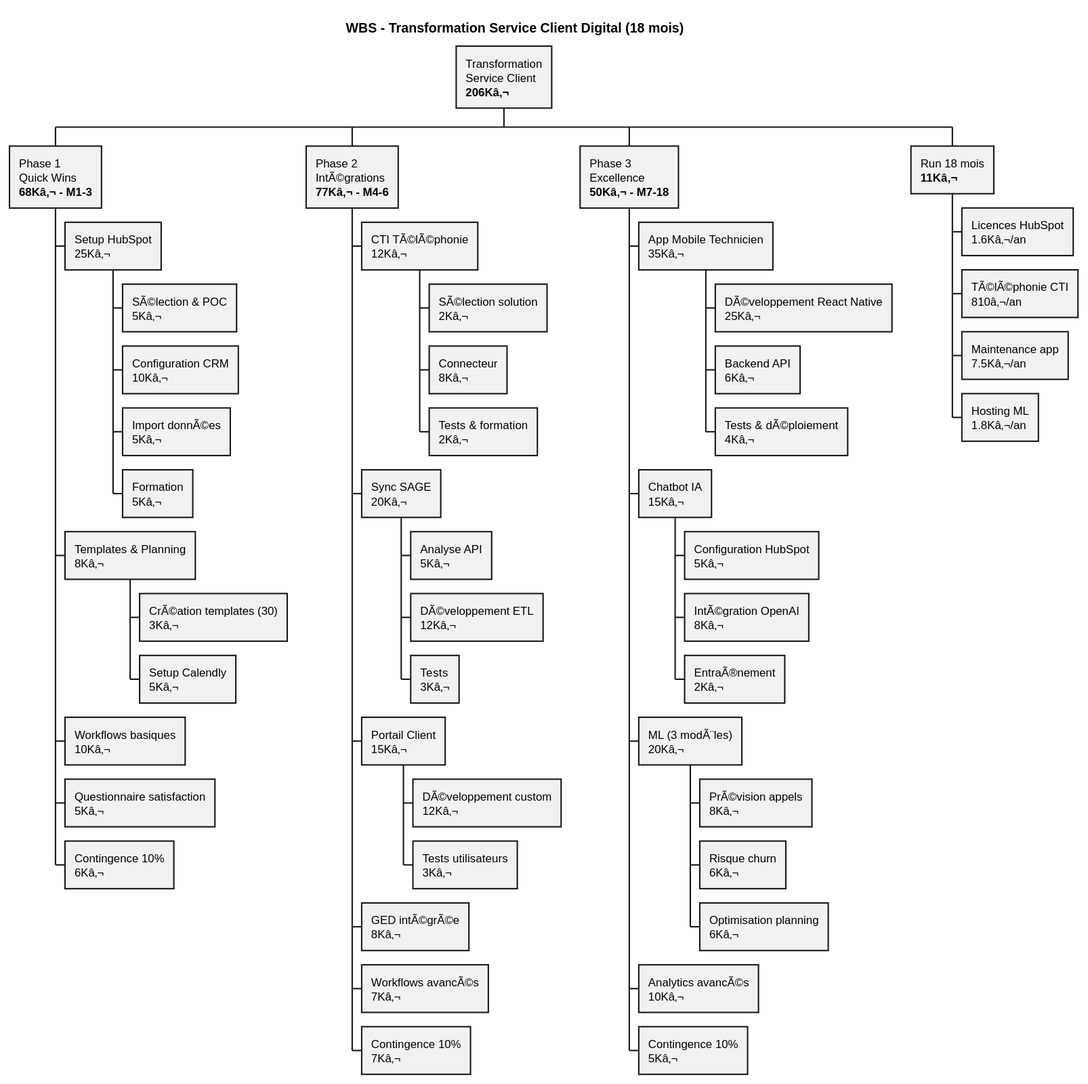
Before: Audit_Duret_$/Services/Service-Client/uml/svg/WBS_Transformation_Service_Client.svg, a diagram exported from PlantUML (JordanSerafini/Audit_Duret). Its diagram source:
```plantuml
@startwbs WBS_Transformation_Service_Client

title WBS - Transformation Service Client Digital (18 mois)

* Transformation\nService Client\n**206Kâ‚¬**
** Phase 1\nQuick Wins\n**68Kâ‚¬ - M1-3**
*** Setup HubSpot\n25Kâ‚¬
**** SÃ©lection & POC\n5Kâ‚¬
**** Configuration CRM\n10Kâ‚¬
**** Import donnÃ©es\n5Kâ‚¬
**** Formation\n5Kâ‚¬
*** Templates & Planning\n8Kâ‚¬
**** CrÃ©ation templates (30)\n3Kâ‚¬
**** Setup Calendly\n5Kâ‚¬
*** Workflows basiques\n10Kâ‚¬
*** Questionnaire satisfaction\n5Kâ‚¬
*** Contingence 10%\n6Kâ‚¬

** Phase 2\nIntÃ©grations\n**77Kâ‚¬ - M4-6**
*** CTI TÃ©lÃ©phonie\n12Kâ‚¬
**** SÃ©lection solution\n2Kâ‚¬
**** Connecteur\n8Kâ‚¬
**** Tests & formation\n2Kâ‚¬
*** Sync SAGE\n20Kâ‚¬
**** Analyse API\n5Kâ‚¬
**** DÃ©veloppement ETL\n12Kâ‚¬
**** Tests\n3Kâ‚¬
*** Portail Client\n15Kâ‚¬
**** DÃ©veloppement custom\n12Kâ‚¬
**** Tests utilisateurs\n3Kâ‚¬
*** GED intÃ©grÃ©e\n8Kâ‚¬
*** Workflows avancÃ©s\n7Kâ‚¬
*** Contingence 10%\n7Kâ‚¬

** Phase 3\nExcellence\n**50Kâ‚¬ - M7-18**
*** App Mobile Technicien\n35Kâ‚¬
**** DÃ©veloppement React Native\n25Kâ‚¬
**** Backend API\n6Kâ‚¬
**** Tests & dÃ©ploiement\n4Kâ‚¬
*** Chatbot IA\n15Kâ‚¬
**** Configuration HubSpot\n5Kâ‚¬
**** IntÃ©gration OpenAI\n8Kâ‚¬
**** EntraÃ®nement\n2Kâ‚¬
*** ML (3 modÃ¨les)\n20Kâ‚¬
**** PrÃ©vision appels\n8Kâ‚¬
**** Risque churn\n6Kâ‚¬
**** Optimisation planning\n6Kâ‚¬
*** Analytics avancÃ©s\n10Kâ‚¬
*** Contingence 10%\n5Kâ‚¬

** Run 18 mois\n**11Kâ‚¬**
*** Licences HubSpot\n1.6Kâ‚¬/an
*** TÃ©lÃ©phonie CTI\n810â‚¬/an
*** Maintenance app\n7.5Kâ‚¬/an
*** Hosting ML\n1.8Kâ‚¬/an

@endwbs
```
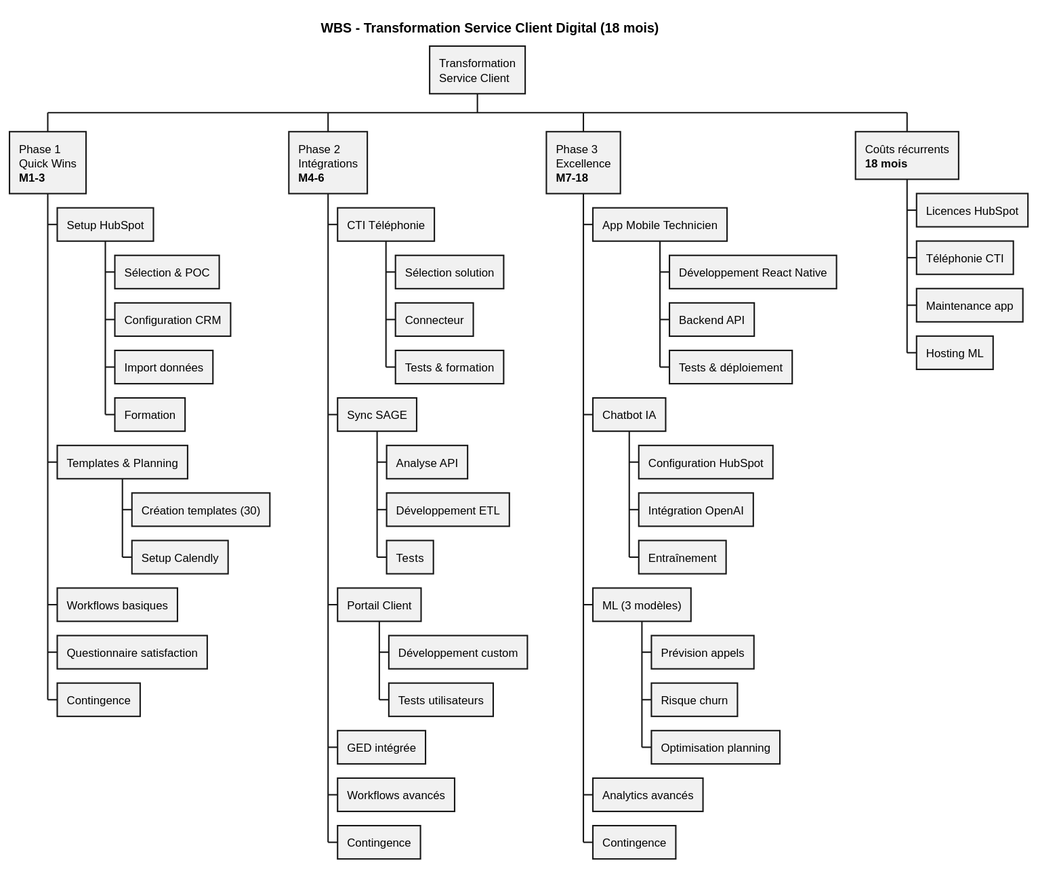
After the commit.

What changed in the source:
```diff
@@ -2,56 +2,56 @@
 
 title WBS - Transformation Service Client Digital (18 mois)
 
-* Transformation\nService Client\n**206Kâ‚¬**
-** Phase 1\nQuick Wins\n**68Kâ‚¬ - M1-3**
-*** Setup HubSpot\n25Kâ‚¬
-**** SÃ©lection & POC\n5Kâ‚¬
-**** Configuration CRM\n10Kâ‚¬
-**** Import donnÃ©es\n5Kâ‚¬
-**** Formation\n5Kâ‚¬
-*** Templates & Planning\n8Kâ‚¬
-**** CrÃ©ation templates (30)\n3Kâ‚¬
-**** Setup Calendly\n5Kâ‚¬
-*** Workflows basiques\n10Kâ‚¬
-*** Questionnaire satisfaction\n5Kâ‚¬
-*** Contingence 10%\n6Kâ‚¬
+* Transformation\nService Client
+** Phase 1\nQuick Wins\n**M1-3**
+*** Setup HubSpot
+**** Sélection & POC
+**** Configuration CRM
+**** Import données
+**** Formation
+*** Templates & Planning
+**** Création templates (30)
+**** Setup Calendly
+*** Workflows basiques
+*** Questionnaire satisfaction
+*** Contingence
 
-** Phase 2\nIntÃ©grations\n**77Kâ‚¬ - M4-6**
-*** CTI TÃ©lÃ©phonie\n12Kâ‚¬
-**** SÃ©lection solution\n2Kâ‚¬
-**** Connecteur\n8Kâ‚¬
-**** Tests & formation\n2Kâ‚¬
-*** Sync SAGE\n20Kâ‚¬
-**** Analyse API\n5Kâ‚¬
-**** DÃ©veloppement ETL\n12Kâ‚¬
-**** Tests\n3Kâ‚¬
-*** Portail Client\n15Kâ‚¬
-**** DÃ©veloppement custom\n12Kâ‚¬
-**** Tests utilisateurs\n3Kâ‚¬
-*** GED intÃ©grÃ©e\n8Kâ‚¬
-*** Workflows avancÃ©s\n7Kâ‚¬
-*** Contingence 10%\n7Kâ‚¬
+** Phase 2\nIntégrations\n**M4-6**
+*** CTI Téléphonie
+**** Sélection solution
+**** Connecteur
+**** Tests & formation
+*** Sync SAGE
+**** Analyse API
+**** Développement ETL
+**** Tests
+*** Portail Client
+**** Développement custom
+**** Tests utilisateurs
+*** GED intégrée
+*** Workflows avancés
+*** Contingence
 
-** Phase 3\nExcellence\n**50Kâ‚¬ - M7-18**
-*** App Mobile Technicien\n35Kâ‚¬
-**** DÃ©veloppement React Native\n25Kâ‚¬
-**** Backend API\n6Kâ‚¬
-**** Tests & dÃ©ploiement\n4Kâ‚¬
-*** Chatbot IA\n15Kâ‚¬
-**** Configuration HubSpot\n5Kâ‚¬
-**** IntÃ©gration OpenAI\n8Kâ‚¬
-**** EntraÃ®nement\n2Kâ‚¬
-*** ML (3 modÃ¨les)\n20Kâ‚¬
-**** PrÃ©vision appels\n8Kâ‚¬
-**** Risque churn\n6Kâ‚¬
-**** Optimisation planning\n6Kâ‚¬
-*** Analytics avancÃ©s\n10Kâ‚¬
-*** Contingence 10%\n5Kâ‚¬
+** Phase 3\nExcellence\n**M7-18**
+*** App Mobile Technicien
+**** Développement React Native
+**** Backend API
+**** Tests & déploiement
+*** Chatbot IA
+**** Configuration HubSpot
+**** Intégration OpenAI
+**** Entraînement
+*** ML (3 modèles)
+**** Prévision appels
+**** Risque churn
+**** Optimisation planning
+*** Analytics avancés
+*** Contingence
 
-** Run 18 mois\n**11Kâ‚¬**
-*** Licences HubSpot\n1.6Kâ‚¬/an
-*** TÃ©lÃ©phonie CTI\n810â‚¬/an
-*** Maintenance app\n7.5Kâ‚¬/an
-*** Hosting ML\n1.8Kâ‚¬/an
+** Coûts récurrents\n**18 mois**
+*** Licences HubSpot
+*** Téléphonie CTI
+*** Maintenance app
+*** Hosting ML
 
 @endwbs
```
